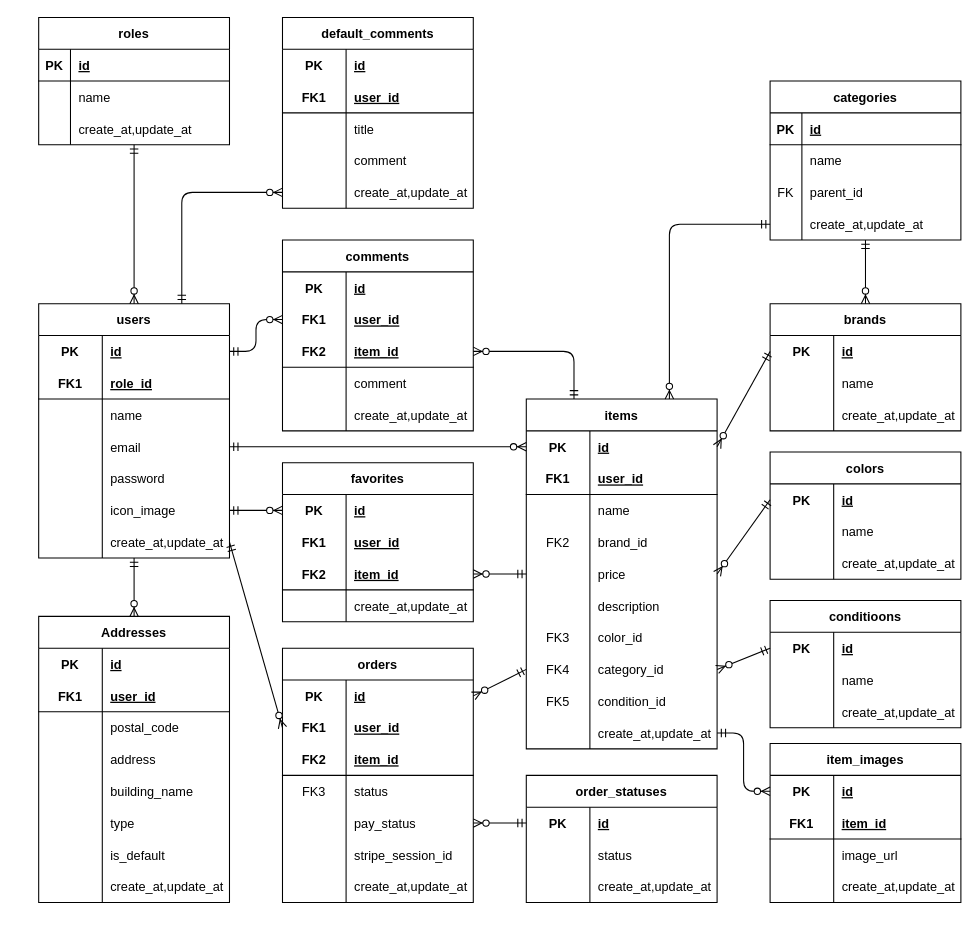
Before: er.drawio in fujico23/coachtech-flea-market-app, a draw.io diagram. Source tidied: cells renumbered, new cells numbered last; positions are measured from the earlier drawing's top-left corner, leaving out a move shared by most shapes. Both pictures are drawn from the tidied source at 106%, with x=0, y=0 at pixel (38, 17).
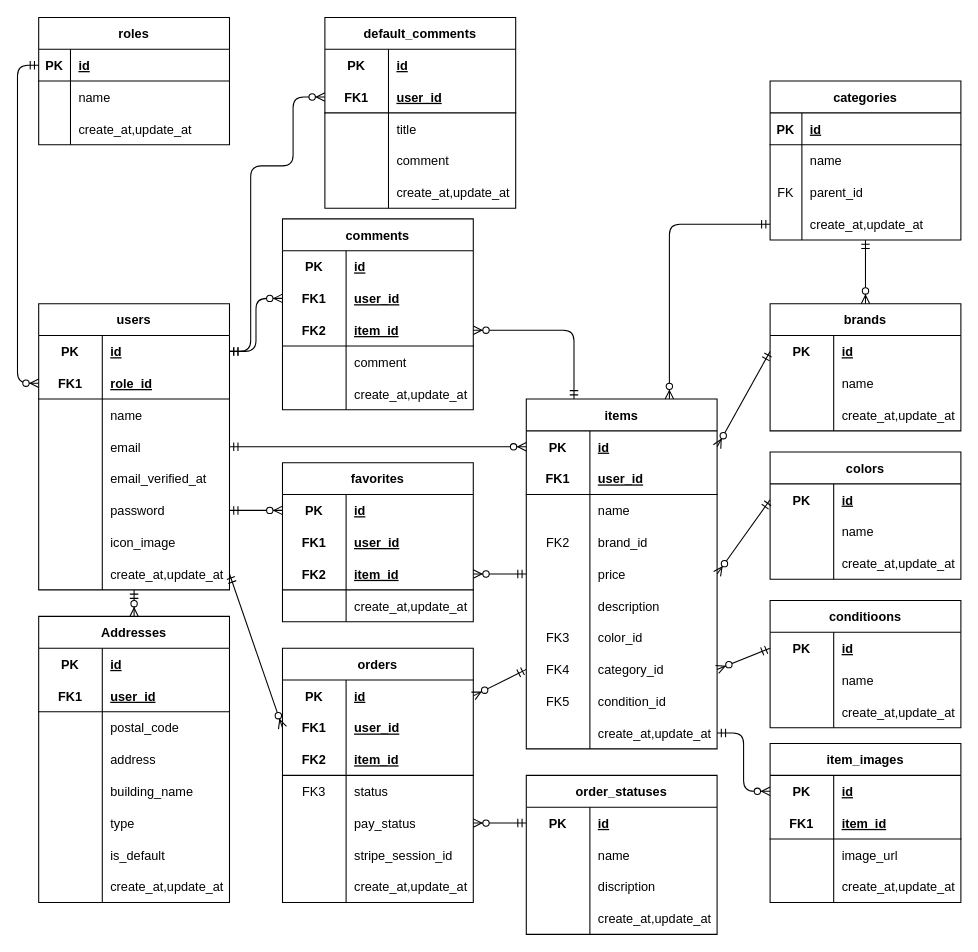
The same page after the edit.

Unchanged cells that the change refers to:
```xml
<mxCell id="3" style="shape=tableRow;horizontal=0;startSize=0;swimlaneHead=0;swimlaneBody=0;fillColor=none;points=[[0,0.5],[1,0.5]];portConstraint=eastwest;top=0;left=0;right=0;bottom=0;" parent="2" vertex="1">
  <mxGeometry y="30" width="180" height="30" as="geometry" />
</mxCell>
<mxCell id="6" style="shape=tableRow;horizontal=0;startSize=0;swimlaneHead=0;swimlaneBody=0;fillColor=none;points=[[0,0.5],[1,0.5]];portConstraint=eastwest;top=0;left=0;right=0;bottom=1;" parent="2" vertex="1">
  <mxGeometry y="60" width="180" height="30" as="geometry" />
</mxCell>
<mxCell id="25" style="shape=tableRow;horizontal=0;startSize=0;swimlaneHead=0;swimlaneBody=0;fillColor=none;points=[[0,0.5],[1,0.5]];portConstraint=eastwest;top=0;left=0;right=0;bottom=1;" parent="24" vertex="1">
  <mxGeometry y="30" width="180" height="30" as="geometry" />
</mxCell>
<mxCell id="150" style="shape=tableRow;horizontal=0;startSize=0;swimlaneHead=0;swimlaneBody=0;fillColor=none;points=[[0,0.5],[1,0.5]];portConstraint=eastwest;top=0;left=0;right=0;bottom=0;" parent="149" vertex="1">
  <mxGeometry y="30" width="180" height="30" as="geometry" />
</mxCell>
<mxCell id="188" style="shape=tableRow;horizontal=0;startSize=0;swimlaneHead=0;swimlaneBody=0;fillColor=none;top=0;left=0;right=0;bottom=0;" parent="184" vertex="1">
  <mxGeometry y="60" width="180" height="30" as="geometry" />
</mxCell>
<mxCell id="226" style="shape=tableRow;horizontal=0;startSize=0;swimlaneHead=0;swimlaneBody=0;fillColor=none;points=[[0,0.5],[1,0.5]];portConstraint=eastwest;top=0;left=0;right=0;bottom=1;" parent="222" vertex="1">
  <mxGeometry y="60" width="180" height="30" as="geometry" />
</mxCell>
<mxCell id="235" style="shape=tableRow;horizontal=0;startSize=0;swimlaneHead=0;swimlaneBody=0;fillColor=none;points=[[0,0.5],[1,0.5]];portConstraint=eastwest;top=0;left=0;right=0;bottom=0;" parent="222" vertex="1">
  <mxGeometry y="150" width="180" height="30" as="geometry" />
</mxCell>
```

The edit, as a diff of the source:
```diff
@@
     <mxCell id="2" value="users" style="shape=table;startSize=30;childLayout=tableLayout;rowLines=0;fontStyle=1;align=center;" parent="1" vertex="1">
-      <mxGeometry y="270" width="180" height="240" as="geometry" />
+      <mxGeometry y="270" width="180" height="270" as="geometry" />
     </mxCell>
@@
+    <mxCell id="240" style="shape=tableRow;horizontal=0;startSize=0;swimlaneHead=0;swimlaneBody=0;fillColor=none;top=0;left=0;right=0;bottom=0;" parent="2" vertex="1">
+      <mxGeometry y="150" width="180" height="30" as="geometry" />
+    </mxCell>
+    <mxCell id="241" style="shape=partialRectangle;fillColor=none;top=0;left=0;bottom=0;right=0;overflow=hidden;" parent="240" vertex="1">
+      <mxGeometry width="60" height="30" as="geometry" />
+    </mxCell>
+    <mxCell id="242" value="email_verified_at" style="shape=partialRectangle;fillColor=none;top=0;left=0;bottom=0;right=0;align=left;spacingLeft=6;overflow=hidden;" parent="240" vertex="1">
+      <mxGeometry x="60" width="120" height="30" as="geometry" />
+    </mxCell>
     <mxCell id="15" style="shape=tableRow;horizontal=0;startSize=0;swimlaneHead=0;swimlaneBody=0;fillColor=none;points=[[0,0.5],[1,0.5]];portConstraint=eastwest;top=0;left=0;right=0;bottom=0;" parent="2" vertex="1">
-      <mxGeometry y="150" width="180" height="30" as="geometry" />
+      <mxGeometry y="180" width="180" height="30" as="geometry" />
     </mxCell>
@@
     <mxCell id="18" style="shape=tableRow;horizontal=0;startSize=0;swimlaneHead=0;swimlaneBody=0;fillColor=none;points=[[0,0.5],[1,0.5]];portConstraint=eastwest;top=0;left=0;right=0;bottom=0;" parent="2" vertex="1">
-      <mxGeometry y="180" width="180" height="30" as="geometry" />
+      <mxGeometry y="210" width="180" height="30" as="geometry" />
     </mxCell>
@@
     <mxCell id="21" style="shape=tableRow;horizontal=0;startSize=0;swimlaneHead=0;swimlaneBody=0;fillColor=none;points=[[0,0.5],[1,0.5]];portConstraint=eastwest;top=0;left=0;right=0;bottom=0;" parent="2" vertex="1">
-      <mxGeometry y="210" width="180" height="30" as="geometry" />
+      <mxGeometry y="240" width="180" height="30" as="geometry" />
     </mxCell>
@@
     <mxCell id="133" value="comments" style="shape=table;startSize=30;childLayout=tableLayout;rowLines=0;fontStyle=1;align=center;" parent="1" vertex="1">
-      <mxGeometry x="230" y="210" width="180" height="180" as="geometry" />
+      <mxGeometry x="230" y="190" width="180" height="180" as="geometry" />
     </mxCell>
@@
     <mxCell id="184" value="order_statuses" style="shape=table;startSize=30;childLayout=tableLayout;rowLines=0;fontStyle=1;align=center;" parent="1" vertex="1">
-      <mxGeometry x="460" y="715" width="180" height="120" as="geometry" />
+      <mxGeometry x="460" y="715" width="180" height="150" as="geometry" />
     </mxCell>
@@
-    <mxCell id="190" value="status" style="shape=partialRectangle;fillColor=none;top=0;left=0;bottom=0;right=0;align=left;spacingLeft=6;overflow=hidden;" parent="188" vertex="1">
+    <mxCell id="190" value="name" style="shape=partialRectangle;fillColor=none;top=0;left=0;bottom=0;right=0;align=left;spacingLeft=6;overflow=hidden;" parent="188" vertex="1">
       <mxGeometry x="60" width="120" height="30" as="geometry" />
     </mxCell>
+    <mxCell id="243" style="shape=tableRow;horizontal=0;startSize=0;swimlaneHead=0;swimlaneBody=0;fillColor=none;top=0;left=0;right=0;bottom=0;" parent="184" vertex="1">
+      <mxGeometry y="90" width="180" height="30" as="geometry" />
+    </mxCell>
+    <mxCell id="244" style="shape=partialRectangle;fillColor=none;top=0;left=0;bottom=0;right=0;overflow=hidden;" parent="243" vertex="1">
+      <mxGeometry width="60" height="30" as="geometry" />
+    </mxCell>
+    <mxCell id="245" value="discription" style="shape=partialRectangle;fillColor=none;top=0;left=0;bottom=0;right=0;align=left;spacingLeft=6;overflow=hidden;" parent="243" vertex="1">
+      <mxGeometry x="60" width="120" height="30" as="geometry" />
+    </mxCell>
     <mxCell id="191" style="shape=tableRow;horizontal=0;startSize=0;swimlaneHead=0;swimlaneBody=0;fillColor=none;top=0;left=0;right=0;bottom=0;" parent="184" vertex="1">
-      <mxGeometry y="90" width="180" height="30" as="geometry" />
+      <mxGeometry y="120" width="180" height="30" as="geometry" />
     </mxCell>
@@
-    <mxCell id="215" style="fontSize=12;html=1;endArrow=ERzeroToMany;startArrow=ERmandOne;rounded=1;sketch=0;strokeColor=default;entryX=0;entryY=0.5;entryDx=0;entryDy=0;exitX=1;exitY=0.5;exitDx=0;exitDy=0;" parent="1" edge="1" source="18" target="150">
+    <mxCell id="215" style="fontSize=12;html=1;endArrow=ERzeroToMany;startArrow=ERmandOne;rounded=1;sketch=0;strokeColor=default;entryX=0;entryY=0.5;entryDx=0;entryDy=0;exitX=1;exitY=0.5;exitDx=0;exitDy=0;" parent="1" edge="1" source="15" target="150">
       <mxGeometry relative="1" as="geometry" />
     </mxCell>
@@
-    <mxCell id="221" style="fontSize=12;html=1;endArrow=ERzeroToMany;startArrow=ERmandOne;rounded=1;sketch=0;strokeColor=default;entryX=0.5;entryY=0;entryDx=0;entryDy=0;" parent="1" edge="1" target="2">
+    <mxCell id="221" style="fontSize=12;html=1;endArrow=ERzeroToMany;startArrow=ERmandOne;rounded=1;sketch=0;strokeColor=default;entryX=0;entryY=0.5;entryDx=0;entryDy=0;exitX=0;exitY=0.5;exitDx=0;exitDy=0;" parent="1" edge="1" source="25" target="6">
       <mxGeometry relative="1" as="geometry">
-        <mxPoint x="90" y="120" as="sourcePoint" />
+        <Array as="points">
+          <mxPoint x="-20" y="45" />
+          <mxPoint x="-20" y="345" />
+        </Array>
       </mxGeometry>
     </mxCell>
     <mxCell id="222" value="default_comments" style="shape=table;startSize=30;childLayout=tableLayout;rowLines=0;fontStyle=1;align=center;" parent="1" vertex="1">
-      <mxGeometry x="230" width="180" height="180" as="geometry" />
+      <mxGeometry x="270" width="180" height="180" as="geometry" />
     </mxCell>
@@
-    <mxCell id="239" style="fontSize=12;html=1;endArrow=ERzeroToMany;startArrow=ERmandOne;rounded=1;sketch=0;strokeColor=default;entryX=0;entryY=0.5;entryDx=0;entryDy=0;exitX=0.75;exitY=0;exitDx=0;exitDy=0;edgeStyle=orthogonalEdgeStyle;" parent="1" edge="1" source="2" target="235">
-      <mxGeometry relative="1" as="geometry" />
+    <mxCell id="239" style="fontSize=12;html=1;endArrow=ERzeroToMany;startArrow=ERmandOne;rounded=1;sketch=0;strokeColor=default;entryX=0;entryY=0.5;entryDx=0;entryDy=0;exitX=1;exitY=0.5;exitDx=0;exitDy=0;edgeStyle=orthogonalEdgeStyle;" parent="1" edge="1" source="3" target="226">
+      <mxGeometry relative="1" as="geometry">
+        <Array as="points">
+          <mxPoint x="200" y="315" />
+          <mxPoint x="200" y="140" />
+          <mxPoint x="240" y="140" />
+          <mxPoint x="240" y="75" />
+        </Array>
+      </mxGeometry>
     </mxCell>
```
